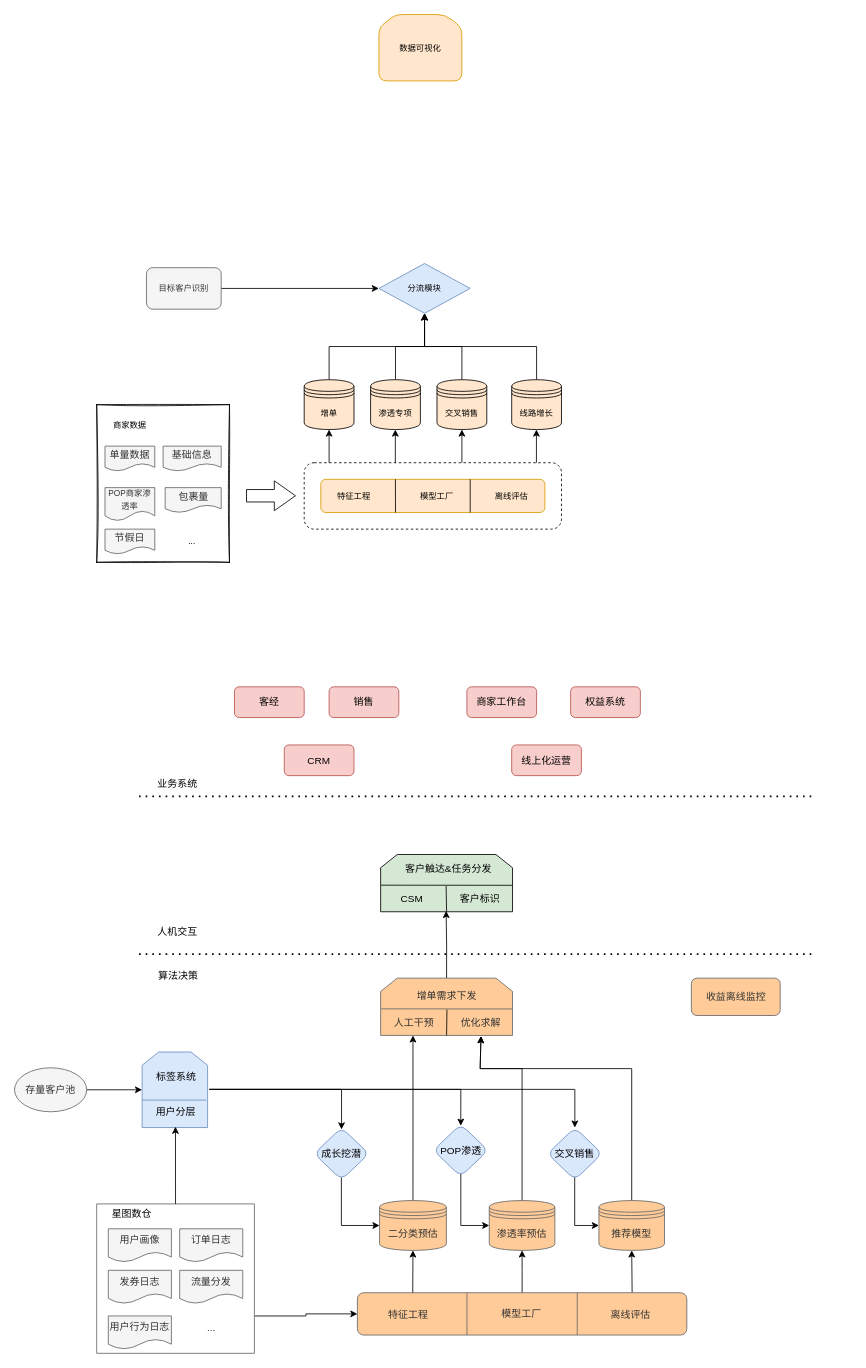
This is 增单.drawio from JintaiYang/drawio, a draw.io file, before an edit. Source tidied: cells renumbered, new cells numbered last; positions are measured from the earlier drawing's top-left corner, leaving out a move shared by most shapes. Both pictures are drawn from the tidied source at 83%, with x=0, y=0 at pixel (14, 14).
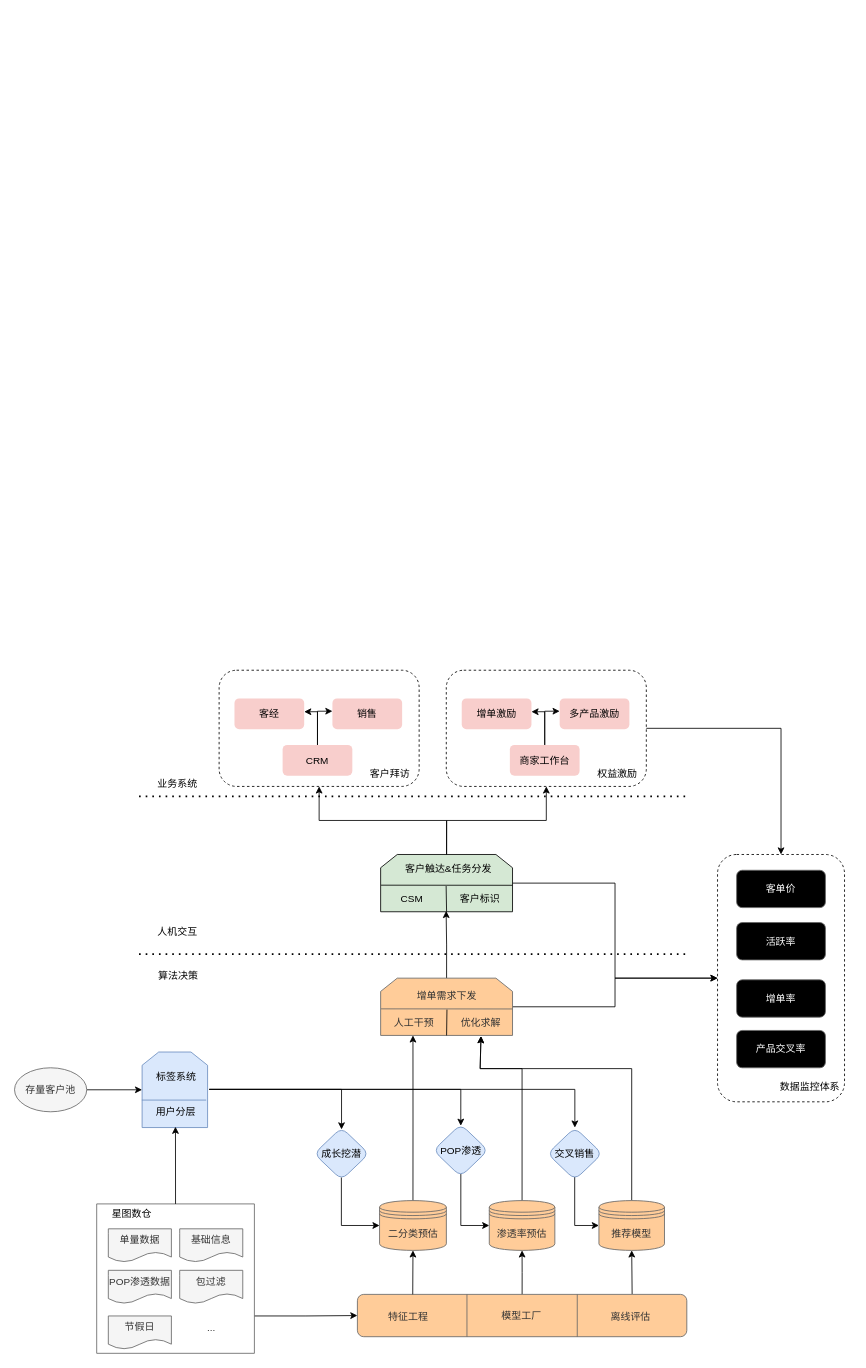
After the change.

The change refers to these unchanged cells:
```xml
<mxCell id="36" style="swimlane;startSize=0;rounded=1;arcSize=38;fillColor=#f5f5f5;fontColor=#333333;strokeColor=#666666;" parent="1" vertex="1">
  <mxGeometry x="99" y="1433" width="190" height="180" as="geometry" />
</mxCell>
<mxCell id="57" style="shape=loopLimit;whiteSpace=wrap;html=1;rounded=0;sketch=0;size=20;fillColor=#FFCC99;fontColor=#333333;strokeColor=#666666;" parent="1" vertex="1">
  <mxGeometry x="441.1" y="1161" width="158.9" height="69" as="geometry" />
</mxCell>
<mxCell id="87" style="shape=loopLimit;whiteSpace=wrap;html=1;rounded=0;sketch=0;size=20;fillColor=#d5e8d4;strokeColor=#000000;" parent="1" vertex="1">
  <mxGeometry x="441.1" y="1012" width="158.9" height="69" as="geometry" />
</mxCell>
```

The edit, as a diff of the source:
```diff
@@
-    <mxCell id="2" style="group;" parent="1" vertex="1">
-      <mxGeometry x="99" y="470" width="160" height="190" as="geometry" />
-    </mxCell>
-    <mxCell id="3" style="rounded=0;whiteSpace=wrap;html=1;fillColor=none;sketch=1;" parent="2" vertex="1">
-      <mxGeometry width="160" height="190" as="geometry" />
-    </mxCell>
-    <mxCell id="4" value="单量数据" style="shape=document;whiteSpace=wrap;html=1;boundedLbl=1;fillColor=#f5f5f5;fontColor=#333333;strokeColor=#666666;" parent="2" vertex="1">
-      <mxGeometry x="10" y="50" width="60" height="30" as="geometry" />
-    </mxCell>
-    <mxCell id="5" value="&lt;font style=&quot;font-size: 10px;&quot;&gt;POP商家渗透率&lt;/font&gt;" style="shape=document;whiteSpace=wrap;html=1;boundedLbl=1;fillColor=#f5f5f5;fontColor=#333333;strokeColor=#666666;" parent="2" vertex="1">
-      <mxGeometry x="10" y="100" width="60" height="40" as="geometry" />
-    </mxCell>
-    <mxCell id="6" value="基础信息" style="shape=document;whiteSpace=wrap;html=1;boundedLbl=1;fillColor=#f5f5f5;fontColor=#333333;strokeColor=#666666;" parent="2" vertex="1">
-      <mxGeometry x="80" y="50" width="70" height="30" as="geometry" />
-    </mxCell>
-    <mxCell id="7" value="节假日" style="shape=document;whiteSpace=wrap;html=1;boundedLbl=1;fillColor=#f5f5f5;fontColor=#333333;strokeColor=#666666;" parent="2" vertex="1">
-      <mxGeometry x="10" y="150" width="60" height="30" as="geometry" />
-    </mxCell>
-    <mxCell id="8" value="包裹量" style="shape=document;whiteSpace=wrap;html=1;boundedLbl=1;fillColor=#f5f5f5;fontColor=#333333;strokeColor=#666666;" parent="2" vertex="1">
-      <mxGeometry x="82.5" y="100" width="67.5" height="30" as="geometry" />
-    </mxCell>
-    <mxCell id="9" value="..." style="text;html=1;strokeColor=none;fillColor=none;align=center;verticalAlign=middle;whiteSpace=wrap;rounded=0;sketch=1;fontSize=10;" parent="2" vertex="1">
-      <mxGeometry x="85" y="150" width="60" height="30" as="geometry" />
-    </mxCell>
-    <mxCell id="10" value="商家数据" style="text;html=1;strokeColor=none;fillColor=none;align=center;verticalAlign=middle;whiteSpace=wrap;rounded=0;sketch=1;fontSize=10;" parent="2" vertex="1">
-      <mxGeometry x="10" y="10" width="60" height="30" as="geometry" />
-    </mxCell>
-    <mxCell id="11" style="rounded=1;whiteSpace=wrap;html=1;sketch=0;fontSize=10;fillColor=none;dashed=1;" parent="1" vertex="1">
-      <mxGeometry x="349" y="540" width="310" height="80" as="geometry" />
-    </mxCell>
-    <mxCell id="12" style="rounded=1;whiteSpace=wrap;html=1;sketch=0;fontSize=10;fillColor=#ffe6cc;strokeColor=#d79b00;" parent="1" vertex="1">
-      <mxGeometry x="369" y="560" width="270" height="40" as="geometry" />
-    </mxCell>
-    <mxCell id="13" style="endArrow=none;html=1;rounded=0;fontSize=10;entryX=0.333;entryY=0;entryDx=0;entryDy=0;entryPerimeter=0;" parent="1" edge="1" target="12">
-      <mxGeometry relative="1" as="geometry">
-        <mxPoint x="459" y="600" as="sourcePoint" />
-      </mxGeometry>
-    </mxCell>
-    <mxCell id="14" style="endArrow=none;html=1;rounded=0;fontSize=10;entryX=0.25;entryY=0;entryDx=0;entryDy=0;exitX=0.25;exitY=1;exitDx=0;exitDy=0;" parent="1" edge="1">
-      <mxGeometry relative="1" as="geometry">
-        <mxPoint x="549" y="600" as="sourcePoint" />
-        <mxPoint x="549" y="560" as="targetPoint" />
-      </mxGeometry>
-    </mxCell>
-    <mxCell id="15" value="特征工程" style="text;html=1;strokeColor=none;fillColor=none;align=center;verticalAlign=middle;whiteSpace=wrap;rounded=0;dashed=1;sketch=0;fontSize=10;" parent="1" vertex="1">
-      <mxGeometry x="379" y="565" width="60" height="30" as="geometry" />
-    </mxCell>
-    <mxCell id="16" value="模型工厂" style="text;html=1;strokeColor=none;fillColor=none;align=center;verticalAlign=middle;whiteSpace=wrap;rounded=0;dashed=1;sketch=0;fontSize=10;" parent="1" vertex="1">
-      <mxGeometry x="479" y="565" width="60" height="30" as="geometry" />
-    </mxCell>
-    <mxCell id="17" value="离线评估" style="text;html=1;strokeColor=none;fillColor=none;align=center;verticalAlign=middle;whiteSpace=wrap;rounded=0;dashed=1;sketch=0;fontSize=10;" parent="1" vertex="1">
-      <mxGeometry x="569" y="565" width="60" height="30" as="geometry" />
-    </mxCell>
-    <mxCell id="18" style="edgeStyle=orthogonalEdgeStyle;rounded=0;jettySize=auto;html=1;exitX=0.5;exitY=0;exitDx=0;exitDy=0;entryX=0.5;entryY=1;entryDx=0;entryDy=0;fontSize=10;" parent="1" edge="1" source="19" target="26">
-      <mxGeometry relative="1" as="geometry" />
-    </mxCell>
-    <mxCell id="19" value="增单" style="shape=datastore;whiteSpace=wrap;html=1;rounded=0;sketch=0;fontSize=10;fillColor=#ffe6cc;strokeColor=#000000;" parent="1" vertex="1">
-      <mxGeometry x="349" y="440" width="60" height="60" as="geometry" />
-    </mxCell>
-    <mxCell id="20" style="edgeStyle=orthogonalEdgeStyle;rounded=0;jettySize=auto;html=1;exitX=0.5;exitY=0;exitDx=0;exitDy=0;fontSize=10;entryX=0.5;entryY=1;entryDx=0;entryDy=0;" parent="1" edge="1" source="21" target="26">
-      <mxGeometry relative="1" as="geometry" />
-    </mxCell>
-    <mxCell id="21" value="渗透专项" style="shape=datastore;whiteSpace=wrap;html=1;rounded=0;sketch=0;fontSize=10;fillColor=#ffe6cc;strokeColor=#000000;" parent="1" vertex="1">
-      <mxGeometry x="429" y="440" width="60" height="60" as="geometry" />
-    </mxCell>
-    <mxCell id="22" style="edgeStyle=orthogonalEdgeStyle;rounded=0;jettySize=auto;html=1;exitX=0.5;exitY=0;exitDx=0;exitDy=0;entryX=0.5;entryY=1;entryDx=0;entryDy=0;fontSize=10;" parent="1" edge="1" source="23" target="26">
-      <mxGeometry relative="1" as="geometry" />
-    </mxCell>
-    <mxCell id="23" value="交叉销售" style="shape=datastore;whiteSpace=wrap;html=1;rounded=0;sketch=0;fontSize=10;fillColor=#ffe6cc;strokeColor=#000000;" parent="1" vertex="1">
-      <mxGeometry x="509" y="440" width="60" height="60" as="geometry" />
-    </mxCell>
-    <mxCell id="24" style="edgeStyle=orthogonalEdgeStyle;rounded=0;jettySize=auto;html=1;exitX=0.5;exitY=0;exitDx=0;exitDy=0;entryX=0.5;entryY=1;entryDx=0;entryDy=0;fontSize=10;" parent="1" edge="1" source="25" target="26">
-      <mxGeometry relative="1" as="geometry" />
-    </mxCell>
-    <mxCell id="25" value="线路增长" style="shape=datastore;whiteSpace=wrap;html=1;rounded=0;sketch=0;fontSize=10;fillColor=#ffe6cc;strokeColor=#000000;" parent="1" vertex="1">
-      <mxGeometry x="599" y="440" width="60" height="60" as="geometry" />
-    </mxCell>
-    <mxCell id="26" value="分流模块" style="rhombus;whiteSpace=wrap;html=1;rounded=0;sketch=0;fontSize=10;fillColor=#dae8fc;strokeColor=#6c8ebf;" parent="1" vertex="1">
-      <mxGeometry x="439" y="300" width="110" height="60" as="geometry" />
-    </mxCell>
-    <mxCell id="27" value="数据可视化" style="shape=loopLimit;whiteSpace=wrap;html=1;rounded=1;sketch=0;fontSize=10;fillColor=#ffe6cc;strokeColor=#d79b00;" parent="1" vertex="1">
-      <mxGeometry x="439" width="100" height="80" as="geometry" />
-    </mxCell>
-    <mxCell id="28" style="endArrow=classic;html=1;sketch=0;fontSize=10;entryX=0.5;entryY=1;entryDx=0;entryDy=0;" parent="1" edge="1" target="19">
-      <mxGeometry relative="1" as="geometry">
-        <mxPoint x="379" y="540" as="sourcePoint" />
-      </mxGeometry>
-    </mxCell>
-    <mxCell id="29" style="endArrow=classic;html=1;sketch=0;fontSize=10;entryX=0.5;entryY=1;entryDx=0;entryDy=0;" parent="1" edge="1">
-      <mxGeometry relative="1" as="geometry">
-        <mxPoint x="458.8" y="540" as="sourcePoint" />
-        <mxPoint x="458.8" y="500" as="targetPoint" />
-      </mxGeometry>
-    </mxCell>
-    <mxCell id="30" style="endArrow=classic;html=1;sketch=0;fontSize=10;entryX=0.5;entryY=1;entryDx=0;entryDy=0;" parent="1" edge="1">
-      <mxGeometry relative="1" as="geometry">
-        <mxPoint x="539" y="540" as="sourcePoint" />
-        <mxPoint x="539" y="500" as="targetPoint" />
-      </mxGeometry>
-    </mxCell>
-    <mxCell id="31" style="endArrow=classic;html=1;sketch=0;fontSize=10;entryX=0.5;entryY=1;entryDx=0;entryDy=0;" parent="1" edge="1">
-      <mxGeometry relative="1" as="geometry">
-        <mxPoint x="628.8" y="540" as="sourcePoint" />
-        <mxPoint x="628.8" y="500" as="targetPoint" />
-      </mxGeometry>
-    </mxCell>
-    <mxCell id="32" style="shape=flexArrow;endArrow=classic;html=1;sketch=0;fontSize=10;width=15;endSize=8.166666666666668;" parent="1" edge="1">
-      <mxGeometry relative="1" as="geometry">
-        <mxPoint x="279" y="579.8" as="sourcePoint" />
-        <mxPoint x="339" y="579.8" as="targetPoint" />
-      </mxGeometry>
-    </mxCell>
-    <mxCell id="33" style="edgeStyle=none;sketch=0;jettySize=auto;html=1;exitX=1;exitY=0.5;exitDx=0;exitDy=0;entryX=0;entryY=0.5;entryDx=0;entryDy=0;fontSize=10;" parent="1" edge="1" source="34" target="26">
-      <mxGeometry relative="1" as="geometry" />
-    </mxCell>
-    <mxCell id="34" value="目标客户识别" style="rounded=1;whiteSpace=wrap;html=1;sketch=0;fontSize=10;fillColor=#f5f5f5;strokeColor=#666666;fontColor=#333333;" parent="1" vertex="1">
-      <mxGeometry x="159" y="305" width="90" height="50" as="geometry" />
-    </mxCell>
+    <mxCell id="97" style="rounded=1;whiteSpace=wrap;html=1;dashed=1;strokeColor=default;fontColor=#FFFFFF;fillColor=none;" parent="1" vertex="1">
+      <mxGeometry x="847" y="1012" width="153" height="298" as="geometry" />
+    </mxCell>
+    <mxCell id="98" style="rounded=1;whiteSpace=wrap;html=1;strokeColor=default;fillColor=none;dashed=1;" parent="1" vertex="1">
+      <mxGeometry x="246.5" y="790" width="241" height="140" as="geometry" />
+    </mxCell>
@@
-    <mxCell id="37" value="用户画像" style="shape=document;whiteSpace=wrap;html=1;boundedLbl=1;rounded=1;fillColor=#f5f5f5;fontColor=#333333;strokeColor=#666666;" parent="36" vertex="1">
+    <mxCell id="37" value="单量数据" style="shape=document;whiteSpace=wrap;html=1;boundedLbl=1;rounded=1;fillColor=#f5f5f5;fontColor=#333333;strokeColor=#666666;" parent="36" vertex="1">
       <mxGeometry x="14" y="30" width="76" height="40" as="geometry" />
     </mxCell>
-    <mxCell id="38" value="订单日志" style="shape=document;whiteSpace=wrap;html=1;boundedLbl=1;rounded=1;fillColor=#f5f5f5;fontColor=#333333;strokeColor=#666666;" parent="36" vertex="1">
+    <mxCell id="38" value="基础信息" style="shape=document;whiteSpace=wrap;html=1;boundedLbl=1;rounded=1;fillColor=#f5f5f5;fontColor=#333333;strokeColor=#666666;" parent="36" vertex="1">
       <mxGeometry x="100" y="30" width="76" height="40" as="geometry" />
     </mxCell>
-    <mxCell id="39" value="发券日志" style="shape=document;whiteSpace=wrap;html=1;boundedLbl=1;rounded=1;fillColor=#f5f5f5;fontColor=#333333;strokeColor=#666666;" parent="36" vertex="1">
+    <mxCell id="39" value="POP渗透数据" style="shape=document;whiteSpace=wrap;html=1;boundedLbl=1;rounded=1;fillColor=#f5f5f5;fontColor=#333333;strokeColor=#666666;" parent="36" vertex="1">
       <mxGeometry x="14" y="80" width="76" height="40" as="geometry" />
     </mxCell>
-    <mxCell id="40" value="流量分发" style="shape=document;whiteSpace=wrap;html=1;boundedLbl=1;rounded=1;fillColor=#f5f5f5;fontColor=#333333;strokeColor=#666666;" parent="36" vertex="1">
+    <mxCell id="40" value="包过滤" style="shape=document;whiteSpace=wrap;html=1;boundedLbl=1;rounded=1;fillColor=#f5f5f5;fontColor=#333333;strokeColor=#666666;" parent="36" vertex="1">
       <mxGeometry x="100" y="80" width="76" height="40" as="geometry" />
     </mxCell>
-    <mxCell id="41" value="用户行为日志" style="shape=document;whiteSpace=wrap;html=1;boundedLbl=1;rounded=1;fillColor=#f5f5f5;fontColor=#333333;strokeColor=#666666;" parent="36" vertex="1">
+    <mxCell id="41" value="节假日" style="shape=document;whiteSpace=wrap;html=1;boundedLbl=1;rounded=1;fillColor=#f5f5f5;fontColor=#333333;strokeColor=#666666;" parent="36" vertex="1">
       <mxGeometry x="14" y="135" width="76" height="40" as="geometry" />
     </mxCell>
@@
-    <mxCell id="43" value="收益离线监控" style="rounded=1;whiteSpace=wrap;html=1;fillColor=#FFCC99;fontColor=#333333;strokeColor=#666666;" parent="1" vertex="1">
-      <mxGeometry x="815.5" y="1161" width="107" height="45" as="geometry" />
+    <mxCell id="43" value="活跃率" style="rounded=1;whiteSpace=wrap;html=1;fillColor=#000000;fontColor=#FFFFFF;strokeColor=#666666;" parent="1" vertex="1">
+      <mxGeometry x="870" y="1094" width="107" height="45" as="geometry" />
     </mxCell>
@@
-    <mxCell id="46" value="客经" style="rounded=1;whiteSpace=wrap;html=1;glass=0;sketch=0;strokeWidth=1;fillColor=#f8cecc;strokeColor=#b85450;" parent="1" vertex="1">
-      <mxGeometry x="265" y="810" width="84" height="37" as="geometry" />
+    <mxCell id="46" value="&lt;font&gt;客经&lt;/font&gt;" style="rounded=1;whiteSpace=wrap;html=1;glass=0;sketch=0;strokeWidth=1;fillColor=#f8cecc;strokeColor=none;fontColor=#000000;" parent="1" vertex="1">
+      <mxGeometry x="265" y="824" width="84" height="37" as="geometry" />
     </mxCell>
@@
     <mxCell id="55" style="endArrow=none;dashed=1;html=1;dashPattern=1 3;strokeWidth=2;rounded=0;" parent="1" edge="1">
       <mxGeometry relative="1" as="geometry">
         <mxPoint x="150" y="1132" as="sourcePoint" />
-        <mxPoint x="960" y="1132" as="targetPoint" />
+        <mxPoint x="810" y="1132" as="targetPoint" />
       </mxGeometry>
     </mxCell>
@@
+    <mxCell id="99" style="edgeStyle=orthogonalEdgeStyle;rounded=0;jettySize=auto;html=1;exitX=1;exitY=0.5;exitDx=0;exitDy=0;entryX=0;entryY=0.5;entryDx=0;entryDy=0;strokeColor=#000000;fontColor=#000000;" parent="1" edge="1" source="57" target="97">
+      <mxGeometry relative="1" as="geometry" />
+    </mxCell>
@@
     <mxCell id="63" value="模型工厂" style="shape=process;whiteSpace=wrap;html=1;backgroundOutline=1;rounded=1;glass=0;sketch=0;strokeWidth=1;size=0.3333333333333333;fillColor=#FFCC99;fontColor=#333333;strokeColor=#666666;" parent="1" vertex="1">
-      <mxGeometry x="413.1" y="1540" width="396.9" height="51" as="geometry" />
+      <mxGeometry x="413.1" y="1542" width="396.9" height="51" as="geometry" />
     </mxCell>
     <mxCell id="64" value="特征工程" style="text;html=1;align=center;verticalAlign=middle;strokeColor=none;fillColor=none;fontColor=#333333;" parent="1" vertex="1">
-      <mxGeometry x="439" y="1552" width="70" height="30" as="geometry" />
+      <mxGeometry x="439" y="1554" width="70" height="30" as="geometry" />
     </mxCell>
     <mxCell id="65" value="离线评估" style="text;html=1;align=center;verticalAlign=middle;strokeColor=none;fillColor=none;fontColor=#333333;" parent="1" vertex="1">
-      <mxGeometry x="707.1" y="1552" width="70" height="30" as="geometry" />
+      <mxGeometry x="707.1" y="1554" width="70" height="30" as="geometry" />
     </mxCell>
@@
     <mxCell id="69" style="endArrow=none;dashed=1;html=1;dashPattern=1 3;strokeWidth=2;rounded=0;" parent="1" edge="1">
       <mxGeometry relative="1" as="geometry">
         <mxPoint x="150" y="942" as="sourcePoint" />
-        <mxPoint x="960" y="942" as="targetPoint" />
+        <mxPoint x="810" y="942" as="targetPoint" />
       </mxGeometry>
     </mxCell>
@@
+    <mxCell id="100" style="edgeStyle=orthogonalEdgeStyle;rounded=0;jettySize=auto;html=1;strokeColor=#000000;fontColor=#000000;" parent="1" edge="1" source="71">
+      <mxGeometry relative="1" as="geometry">
+        <mxPoint x="349" y="840" as="targetPoint" />
+        <Array as="points">
+          <mxPoint x="365" y="840" />
+          <mxPoint x="349" y="840" />
+        </Array>
+      </mxGeometry>
+    </mxCell>
+    <mxCell id="101" style="edgeStyle=orthogonalEdgeStyle;rounded=0;jettySize=auto;html=1;exitX=0.5;exitY=0;exitDx=0;exitDy=0;entryX=0;entryY=0.415;entryDx=0;entryDy=0;strokeColor=#000000;fontColor=#000000;entryPerimeter=0;" parent="1" edge="1" source="71" target="92">
+      <mxGeometry relative="1" as="geometry">
+        <Array as="points">
+          <mxPoint x="365" y="840" />
+          <mxPoint x="383" y="840" />
+        </Array>
+      </mxGeometry>
+    </mxCell>
-    <mxCell id="71" value="CRM" style="rounded=1;whiteSpace=wrap;html=1;glass=0;sketch=0;strokeWidth=1;fillColor=#f8cecc;strokeColor=#b85450;" parent="1" vertex="1">
-      <mxGeometry x="325" y="880" width="84" height="37" as="geometry" />
+    <mxCell id="71" value="CRM" style="rounded=1;whiteSpace=wrap;html=1;glass=0;sketch=0;strokeWidth=1;fillColor=#f8cecc;strokeColor=none;" parent="1" vertex="1">
+      <mxGeometry x="323" y="880" width="84" height="37" as="geometry" />
     </mxCell>
@@
+    <mxCell id="102" style="edgeStyle=orthogonalEdgeStyle;rounded=0;jettySize=auto;html=1;exitX=0.5;exitY=0;exitDx=0;exitDy=0;entryX=0.5;entryY=1;entryDx=0;entryDy=0;strokeColor=#000000;fontColor=#000000;" parent="1" edge="1" source="87" target="107">
+      <mxGeometry relative="1" as="geometry" />
+    </mxCell>
+    <mxCell id="103" style="edgeStyle=orthogonalEdgeStyle;rounded=0;jettySize=auto;html=1;exitX=1;exitY=0.5;exitDx=0;exitDy=0;entryX=0;entryY=0.5;entryDx=0;entryDy=0;strokeColor=#000000;fontColor=#000000;" parent="1" edge="1" source="87" target="97">
+      <mxGeometry relative="1" as="geometry" />
+    </mxCell>
@@
+    <mxCell id="104" style="edgeStyle=orthogonalEdgeStyle;rounded=0;jettySize=auto;html=1;entryX=0.5;entryY=1;entryDx=0;entryDy=0;strokeColor=#000000;fontColor=#000000;exitX=0.5;exitY=0;exitDx=0;exitDy=0;" parent="1" edge="1" source="87" target="98">
+      <mxGeometry relative="1" as="geometry" />
+    </mxCell>
@@
-    <mxCell id="92" value="销售" style="rounded=1;whiteSpace=wrap;html=1;glass=0;sketch=0;strokeWidth=1;fillColor=#f8cecc;strokeColor=#b85450;" parent="1" vertex="1">
-      <mxGeometry x="379" y="810" width="84" height="37" as="geometry" />
+    <mxCell id="92" value="销售" style="rounded=1;whiteSpace=wrap;html=1;glass=0;sketch=0;strokeWidth=1;fillColor=#f8cecc;strokeColor=none;" parent="1" vertex="1">
+      <mxGeometry x="383" y="824" width="84" height="37" as="geometry" />
     </mxCell>
@@
-    <mxCell id="94" value="线上化运营" style="rounded=1;whiteSpace=wrap;html=1;glass=0;sketch=0;strokeWidth=1;fillColor=#f8cecc;strokeColor=#b85450;" parent="1" vertex="1">
-      <mxGeometry x="599" y="880" width="84" height="37" as="geometry" />
-    </mxCell>
+    <mxCell id="105" value="客户拜访" style="text;html=1;align=center;verticalAlign=middle;strokeColor=none;fillColor=none;fontColor=#000000;" parent="1" vertex="1">
+      <mxGeometry x="417" y="900" width="70" height="30" as="geometry" />
+    </mxCell>
+    <mxCell id="106" style="edgeStyle=orthogonalEdgeStyle;rounded=0;jettySize=auto;html=1;exitX=1;exitY=0.5;exitDx=0;exitDy=0;entryX=0.5;entryY=0;entryDx=0;entryDy=0;strokeColor=#000000;fontColor=#000000;" parent="1" edge="1" source="107" target="97">
+      <mxGeometry relative="1" as="geometry" />
+    </mxCell>
+    <mxCell id="107" style="rounded=1;whiteSpace=wrap;html=1;strokeColor=default;fillColor=none;dashed=1;" parent="1" vertex="1">
+      <mxGeometry x="520.2" y="790" width="241" height="140" as="geometry" />
+    </mxCell>
+    <mxCell id="108" value="&lt;font&gt;增单激励&lt;/font&gt;" style="rounded=1;whiteSpace=wrap;html=1;glass=0;sketch=0;strokeWidth=1;fillColor=#f8cecc;strokeColor=none;fontColor=#000000;" parent="1" vertex="1">
+      <mxGeometry x="538.8" y="824" width="84" height="37" as="geometry" />
+    </mxCell>
+    <mxCell id="109" style="edgeStyle=orthogonalEdgeStyle;rounded=0;jettySize=auto;html=1;strokeColor=#000000;fontColor=#000000;" parent="1" edge="1" source="95">
+      <mxGeometry relative="1" as="geometry">
+        <mxPoint x="622.8" y="840" as="targetPoint" />
+        <Array as="points">
+          <mxPoint x="638.8" y="840" />
+          <mxPoint x="622.8" y="840" />
+        </Array>
+      </mxGeometry>
+    </mxCell>
+    <mxCell id="110" style="edgeStyle=orthogonalEdgeStyle;rounded=0;jettySize=auto;html=1;exitX=0.5;exitY=0;exitDx=0;exitDy=0;entryX=0;entryY=0.415;entryDx=0;entryDy=0;strokeColor=#000000;fontColor=#000000;entryPerimeter=0;" parent="1" edge="1" source="95" target="111">
+      <mxGeometry relative="1" as="geometry">
+        <Array as="points">
+          <mxPoint x="638.8" y="840" />
+          <mxPoint x="656.8" y="840" />
+        </Array>
+      </mxGeometry>
+    </mxCell>
-    <mxCell id="95" value="商家工作台" style="rounded=1;whiteSpace=wrap;html=1;glass=0;sketch=0;strokeWidth=1;fillColor=#f8cecc;strokeColor=#b85450;" parent="1" vertex="1">
-      <mxGeometry x="545" y="810" width="84" height="37" as="geometry" />
+    <mxCell id="95" value="商家工作台" style="rounded=1;whiteSpace=wrap;html=1;glass=0;sketch=0;strokeWidth=1;fillColor=#f8cecc;strokeColor=none;" parent="1" vertex="1">
+      <mxGeometry x="596.8" y="880" width="84" height="37" as="geometry" />
     </mxCell>
-    <mxCell id="96" value="权益系统" style="rounded=1;whiteSpace=wrap;html=1;glass=0;sketch=0;strokeWidth=1;fillColor=#f8cecc;strokeColor=#b85450;" parent="1" vertex="1">
-      <mxGeometry x="670" y="810" width="84" height="37" as="geometry" />
-    </mxCell>
+    <mxCell id="111" value="多产品激励" style="rounded=1;whiteSpace=wrap;html=1;glass=0;sketch=0;strokeWidth=1;fillColor=#f8cecc;strokeColor=none;" parent="1" vertex="1">
+      <mxGeometry x="656.8" y="824" width="84" height="37" as="geometry" />
+    </mxCell>
+    <mxCell id="112" value="权益激励" style="text;html=1;align=center;verticalAlign=middle;strokeColor=none;fillColor=none;fontColor=#000000;" parent="1" vertex="1">
+      <mxGeometry x="690.8" y="900" width="70" height="30" as="geometry" />
+    </mxCell>
+    <mxCell id="113" value="增单率" style="rounded=1;whiteSpace=wrap;html=1;fillColor=#000000;fontColor=#FFFFFF;strokeColor=#666666;" parent="1" vertex="1">
+      <mxGeometry x="870" y="1163" width="107" height="45" as="geometry" />
+    </mxCell>
+    <mxCell id="114" value="客单价" style="rounded=1;whiteSpace=wrap;html=1;fillColor=#000000;fontColor=#FFFFFF;strokeColor=#666666;" parent="1" vertex="1">
+      <mxGeometry x="870" y="1031" width="107" height="45" as="geometry" />
+    </mxCell>
+    <mxCell id="115" value="产品交叉率" style="rounded=1;whiteSpace=wrap;html=1;fillColor=#000000;fontColor=#FFFFFF;strokeColor=#666666;" parent="1" vertex="1">
+      <mxGeometry x="870" y="1224" width="107" height="45" as="geometry" />
+    </mxCell>
+    <mxCell id="116" value="数据监控体系" style="text;html=1;align=center;verticalAlign=middle;strokeColor=none;fillColor=none;fontColor=#000000;" parent="1" vertex="1">
+      <mxGeometry x="908" y="1277" width="100" height="30" as="geometry" />
+    </mxCell>
```
